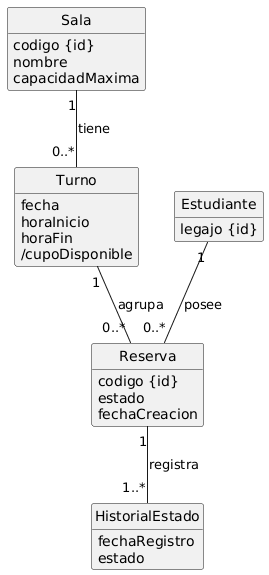
This is docs/requisitos/modelo-dominio.png from Agusb04/StackReserve, a PlantUML export, as it was before one commit.
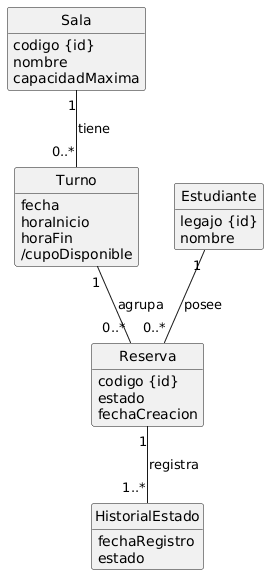
Later version of the same file.

Diff of the diagram source:
```diff
@@ -18,6 +18,7 @@
 
 class Estudiante {
   legajo {id}
+  nombre
 }
 
 class Reserva {
```
